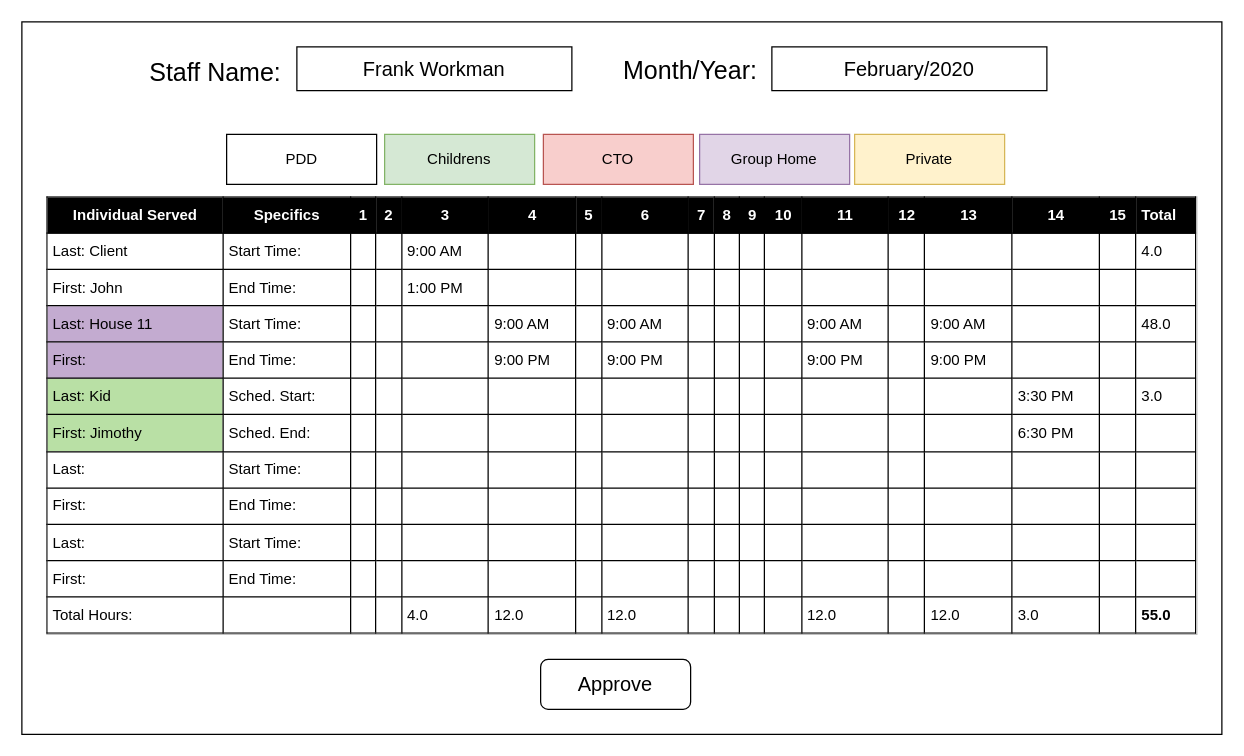
The draw.io diagram page "Coordinator Review" (3 of 3) of Diagrams/Outputs/Timesheet Mockup.drawio in Harlento/SchedulingSystem, before the edit. Source tidied: cells renumbered, new cells numbered last; positions are measured from the earlier drawing's top-left corner, leaving out a move shared by most shapes. Both pictures are drawn from the tidied source at 125%, with x=0, y=0 at pixel (21, 21).
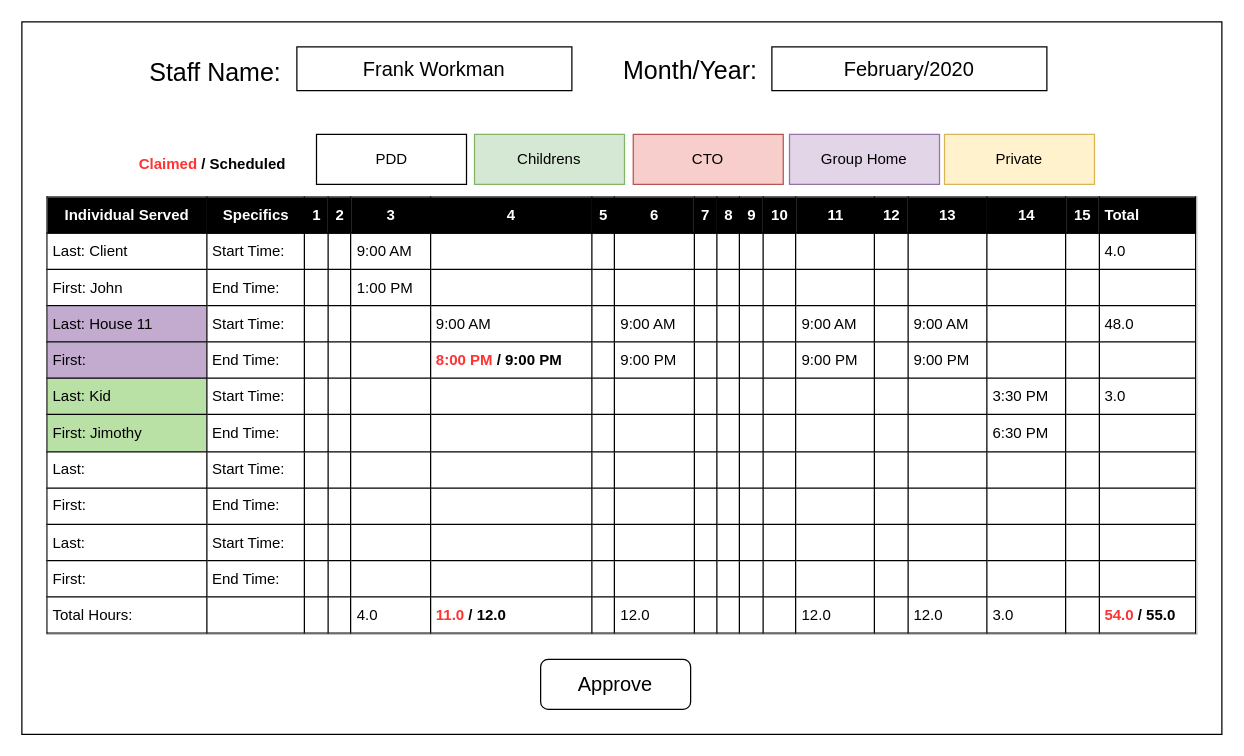
After the change.

What changed in the source:
```diff
@@
 <mxGraphModel>
   <root>
     <mxCell id="0" />
     <mxCell id="1" parent="0" />
     <mxCell id="2" style="rounded=0;whiteSpace=wrap;html=1;" parent="1" vertex="1">
       <mxGeometry width="960" height="570" as="geometry" />
     </mxCell>
     <mxCell id="3" value="&lt;font style=&quot;font-size: 20px&quot;&gt;Staff Name:&lt;/font&gt;" style="text;html=1;strokeColor=none;fillColor=none;align=center;verticalAlign=middle;whiteSpace=wrap;rounded=0;" parent="1" vertex="1">
       <mxGeometry x="100" y="25" width="110" height="30" as="geometry" />
     </mxCell>
     <mxCell id="4" value="&lt;font style=&quot;font-size: 16px&quot;&gt;Frank Workman&lt;/font&gt;" style="rounded=0;whiteSpace=wrap;html=1;" parent="1" vertex="1">
       <mxGeometry x="220" y="20" width="220" height="35" as="geometry" />
     </mxCell>
     <mxCell id="5" value="&lt;font style=&quot;font-size: 20px&quot;&gt;Month/Year:&lt;/font&gt;" style="text;html=1;strokeColor=none;fillColor=none;align=center;verticalAlign=middle;whiteSpace=wrap;rounded=0;" parent="1" vertex="1">
       <mxGeometry x="480" y="22.5" width="110" height="30" as="geometry" />
     </mxCell>
     <mxCell id="6" value="&lt;font style=&quot;font-size: 16px&quot;&gt;February/2020&lt;/font&gt;" style="rounded=0;whiteSpace=wrap;html=1;" parent="1" vertex="1">
       <mxGeometry x="600" y="20" width="220" height="35" as="geometry" />
     </mxCell>
     <mxCell id="7" value="&lt;font style=&quot;font-size: 16px&quot;&gt;Approve&lt;/font&gt;" style="rounded=1;whiteSpace=wrap;html=1;" parent="1" vertex="1">
       <mxGeometry x="415" y="510" width="120" height="40" as="geometry" />
     </mxCell>
-    <mxCell id="8" value="&lt;table border=&quot;1&quot; width=&quot;100%&quot; cellpadding=&quot;4&quot; style=&quot;width: 100% ; height: 100% ; border-collapse: collapse ; background-color: rgb(255 , 255 , 255) ; border: 1px solid rgb(0 , 0 , 0)&quot;&gt;&lt;tbody&gt;&lt;tr style=&quot;color: rgb(255 , 255 , 255)&quot;&gt;&lt;td style=&quot;text-align: center ; background-color: rgb(0 , 0 , 0)&quot;&gt;&lt;b&gt;Individual Served&lt;/b&gt;&lt;/td&gt;&lt;th style=&quot;text-align: center ; background-color: rgb(0 , 0 , 0)&quot;&gt;Specifics&lt;/th&gt;&lt;td style=&quot;text-align: center ; background-color: rgb(0 , 0 , 0)&quot;&gt;&lt;b&gt;1&lt;/b&gt;&lt;/td&gt;&lt;td style=&quot;text-align: center ; background-color: rgb(0 , 0 , 0)&quot;&gt;&lt;b&gt;2&lt;/b&gt;&lt;/td&gt;&lt;td style=&quot;text-align: center ; background-color: rgb(0 , 0 , 0)&quot;&gt;&lt;b&gt;3&lt;/b&gt;&lt;/td&gt;&lt;th style=&quot;text-align: center ; background-color: rgb(0 , 0 , 0)&quot;&gt;4&lt;/th&gt;&lt;th style=&quot;text-align: center ; background-color: rgb(0 , 0 , 0)&quot;&gt;5&lt;/th&gt;&lt;td style=&quot;text-align: center ; background-color: rgb(0 , 0 , 0)&quot;&gt;&lt;b&gt;6&lt;/b&gt;&lt;/td&gt;&lt;td style=&quot;text-align: center ; background-color: rgb(0 , 0 , 0)&quot;&gt;&lt;b&gt;7&lt;/b&gt;&lt;/td&gt;&lt;td style=&quot;text-align: center ; background-color: rgb(0 , 0 , 0)&quot;&gt;&lt;b&gt;8&lt;/b&gt;&lt;/td&gt;&lt;td style=&quot;text-align: center ; background-color: rgb(0 , 0 , 0)&quot;&gt;&lt;b&gt;9&lt;/b&gt;&lt;/td&gt;&lt;td style=&quot;text-align: center ; background-color: rgb(0 , 0 , 0)&quot;&gt;&lt;b&gt;10&lt;/b&gt;&lt;/td&gt;&lt;td style=&quot;text-align: center ; background-color: rgb(0 , 0 , 0)&quot;&gt;&lt;b&gt;11&lt;/b&gt;&lt;/td&gt;&lt;td style=&quot;text-align: center ; background-color: rgb(0 , 0 , 0)&quot;&gt;&lt;b&gt;12&lt;/b&gt;&lt;/td&gt;&lt;td style=&quot;text-align: center ; background-color: rgb(0 , 0 , 0)&quot;&gt;&lt;b&gt;13&lt;/b&gt;&lt;/td&gt;&lt;td style=&quot;text-align: center ; background-color: rgb(0 , 0 , 0)&quot;&gt;&lt;b&gt;14&lt;/b&gt;&lt;/td&gt;&lt;td style=&quot;text-align: center ; background-color: rgb(0 , 0 , 0)&quot;&gt;&lt;b&gt;15&lt;/b&gt;&lt;/td&gt;&lt;td style=&quot;background-color: rgb(0 , 0 , 0)&quot;&gt;&lt;b&gt;Total&lt;/b&gt;&lt;/td&gt;&lt;/tr&gt;&lt;tr&gt;&lt;td style=&quot;background-color: rgb(255 , 255 , 255)&quot;&gt;Last: Client&lt;/td&gt;&lt;td&gt;Start Time:&lt;/td&gt;&lt;td&gt;&lt;br&gt;&lt;/td&gt;&lt;td&gt;&lt;br&gt;&lt;/td&gt;&lt;td&gt;9:00 AM&lt;/td&gt;&lt;td&gt;&lt;/td&gt;&lt;td&gt;&lt;br&gt;&lt;/td&gt;&lt;td&gt;&lt;br&gt;&lt;/td&gt;&lt;td&gt;&lt;br&gt;&lt;/td&gt;&lt;td&gt;&lt;br&gt;&lt;/td&gt;&lt;td&gt;&lt;br&gt;&lt;/td&gt;&lt;td&gt;&lt;br&gt;&lt;/td&gt;&lt;td&gt;&lt;br&gt;&lt;/td&gt;&lt;td&gt;&lt;br&gt;&lt;/td&gt;&lt;td&gt;&lt;br&gt;&lt;/td&gt;&lt;td&gt;&lt;br&gt;&lt;/td&gt;&lt;td&gt;&lt;br&gt;&lt;/td&gt;&lt;td&gt;4.0&lt;/td&gt;&lt;/tr&gt;&lt;tr&gt;&lt;td&gt;First: John&lt;/td&gt;&lt;td&gt;End Time:&lt;/td&gt;&lt;td&gt;&lt;br&gt;&lt;/td&gt;&lt;td&gt;&lt;br&gt;&lt;/td&gt;&lt;td&gt;1:00 PM&lt;/td&gt;&lt;td&gt;&lt;/td&gt;&lt;td&gt;&lt;br&gt;&lt;/td&gt;&lt;td&gt;&lt;br&gt;&lt;/td&gt;&lt;td&gt;&lt;br&gt;&lt;/td&gt;&lt;td&gt;&lt;br&gt;&lt;/td&gt;&lt;td&gt;&lt;br&gt;&lt;/td&gt;&lt;td&gt;&lt;br&gt;&lt;/td&gt;&lt;td&gt;&lt;br&gt;&lt;/td&gt;&lt;td&gt;&lt;br&gt;&lt;/td&gt;&lt;td&gt;&lt;br&gt;&lt;/td&gt;&lt;td&gt;&lt;br&gt;&lt;/td&gt;&lt;td&gt;&lt;br&gt;&lt;/td&gt;&lt;td&gt;&lt;br&gt;&lt;/td&gt;&lt;/tr&gt;&lt;tr&gt;&lt;td style=&quot;background-color: rgb(195 , 171 , 208)&quot;&gt;Last: House 11&lt;/td&gt;&lt;td&gt;Start Time:&lt;/td&gt;&lt;td&gt;&lt;br&gt;&lt;/td&gt;&lt;td&gt;&lt;br&gt;&lt;/td&gt;&lt;td&gt;&lt;br&gt;&lt;/td&gt;&lt;td&gt;9:00 AM&lt;/td&gt;&lt;td&gt;&lt;br&gt;&lt;/td&gt;&lt;td&gt;9:00 AM&lt;/td&gt;&lt;td&gt;&lt;br&gt;&lt;/td&gt;&lt;td&gt;&lt;br&gt;&lt;/td&gt;&lt;td&gt;&lt;br&gt;&lt;/td&gt;&lt;td&gt;&lt;br&gt;&lt;/td&gt;&lt;td&gt;9:00 AM&lt;/td&gt;&lt;td&gt;&lt;br&gt;&lt;/td&gt;&lt;td&gt;9:00 AM&lt;/td&gt;&lt;td&gt;&lt;br&gt;&lt;/td&gt;&lt;td&gt;&lt;br&gt;&lt;/td&gt;&lt;td&gt;48.0&lt;/td&gt;&lt;/tr&gt;&lt;tr&gt;&lt;td style=&quot;background-color: rgb(195 , 171 , 208)&quot;&gt;First:&lt;/td&gt;&lt;td&gt;End Time:&lt;/td&gt;&lt;td&gt;&lt;br&gt;&lt;/td&gt;&lt;td&gt;&lt;br&gt;&lt;/td&gt;&lt;td&gt;&lt;br&gt;&lt;/td&gt;&lt;td&gt;9:00 PM&lt;/td&gt;&lt;td&gt;&lt;br&gt;&lt;/td&gt;&lt;td&gt;9:00 PM&lt;/td&gt;&lt;td&gt;&lt;br&gt;&lt;/td&gt;&lt;td&gt;&lt;br&gt;&lt;/td&gt;&lt;td&gt;&lt;br&gt;&lt;/td&gt;&lt;td&gt;&lt;br&gt;&lt;/td&gt;&lt;td&gt;9:00 PM&lt;/td&gt;&lt;td&gt;&lt;br&gt;&lt;/td&gt;&lt;td&gt;9:00 PM&lt;/td&gt;&lt;td&gt;&lt;br&gt;&lt;/td&gt;&lt;td&gt;&lt;br&gt;&lt;/td&gt;&lt;td&gt;&lt;br&gt;&lt;/td&gt;&lt;/tr&gt;&lt;tr&gt;&lt;td style=&quot;background-color: rgb(185 , 224 , 165)&quot;&gt;Last: Kid&lt;/td&gt;&lt;td&gt;Sched. Start:&lt;/td&gt;&lt;td&gt;&lt;br&gt;&lt;/td&gt;&lt;td&gt;&lt;br&gt;&lt;/td&gt;&lt;td&gt;&lt;br&gt;&lt;/td&gt;&lt;td&gt;&lt;br&gt;&lt;/td&gt;&lt;td&gt;&lt;br&gt;&lt;/td&gt;&lt;td&gt;&lt;br&gt;&lt;/td&gt;&lt;td&gt;&lt;br&gt;&lt;/td&gt;&lt;td&gt;&lt;br&gt;&lt;/td&gt;&lt;td&gt;&lt;br&gt;&lt;/td&gt;&lt;td&gt;&lt;br&gt;&lt;/td&gt;&lt;td&gt;&lt;br&gt;&lt;/td&gt;&lt;td&gt;&lt;br&gt;&lt;/td&gt;&lt;td&gt;&lt;br&gt;&lt;/td&gt;&lt;td&gt;3:30 PM&lt;/td&gt;&lt;td&gt;&lt;br&gt;&lt;/td&gt;&lt;td&gt;3.0&lt;/td&gt;&lt;/tr&gt;&lt;tr&gt;&lt;td style=&quot;background-color: rgb(185 , 224 , 165)&quot;&gt;First: Jimothy&lt;/td&gt;&lt;td&gt;Sched. End:&lt;/td&gt;&lt;td&gt;&lt;br&gt;&lt;/td&gt;&lt;td&gt;&lt;br&gt;&lt;/td&gt;&lt;td&gt;&lt;br&gt;&lt;/td&gt;&lt;td&gt;&lt;br&gt;&lt;/td&gt;&lt;td&gt;&lt;br&gt;&lt;/td&gt;&lt;td&gt;&lt;br&gt;&lt;/td&gt;&lt;td&gt;&lt;br&gt;&lt;/td&gt;&lt;td&gt;&lt;br&gt;&lt;/td&gt;&lt;td&gt;&lt;br&gt;&lt;/td&gt;&lt;td&gt;&lt;br&gt;&lt;/td&gt;&lt;td&gt;&lt;br&gt;&lt;/td&gt;&lt;td&gt;&lt;br&gt;&lt;/td&gt;&lt;td&gt;&lt;br&gt;&lt;/td&gt;&lt;td&gt;6:30 PM&lt;/td&gt;&lt;td&gt;&lt;br&gt;&lt;/td&gt;&lt;td&gt;&lt;br&gt;&lt;/td&gt;&lt;/tr&gt;&lt;tr&gt;&lt;td&gt;Last:&lt;/td&gt;&lt;td&gt;Start Time:&lt;/td&gt;&lt;td&gt;&lt;br&gt;&lt;/td&gt;&lt;td&gt;&lt;br&gt;&lt;/td&gt;&lt;td&gt;&lt;br&gt;&lt;/td&gt;&lt;td&gt;&lt;br&gt;&lt;/td&gt;&lt;td&gt;&lt;br&gt;&lt;/td&gt;&lt;td&gt;&lt;br&gt;&lt;/td&gt;&lt;td&gt;&lt;br&gt;&lt;/td&gt;&lt;td&gt;&lt;br&gt;&lt;/td&gt;&lt;td&gt;&lt;br&gt;&lt;/td&gt;&lt;td&gt;&lt;br&gt;&lt;/td&gt;&lt;td&gt;&lt;br&gt;&lt;/td&gt;&lt;td&gt;&lt;br&gt;&lt;/td&gt;&lt;td&gt;&lt;br&gt;&lt;/td&gt;&lt;td&gt;&lt;br&gt;&lt;/td&gt;&lt;td&gt;&lt;br&gt;&lt;/td&gt;&lt;td&gt;&lt;br&gt;&lt;/td&gt;&lt;/tr&gt;&lt;tr&gt;&lt;td&gt;First:&lt;/td&gt;&lt;td&gt;End Time:&lt;/td&gt;&lt;td&gt;&lt;br&gt;&lt;/td&gt;&lt;td&gt;&lt;br&gt;&lt;/td&gt;&lt;td&gt;&lt;br&gt;&lt;/td&gt;&lt;td&gt;&lt;br&gt;&lt;/td&gt;&lt;td&gt;&lt;br&gt;&lt;/td&gt;&lt;td&gt;&lt;br&gt;&lt;/td&gt;&lt;td&gt;&lt;br&gt;&lt;/td&gt;&lt;td&gt;&lt;br&gt;&lt;/td&gt;&lt;td&gt;&lt;br&gt;&lt;/td&gt;&lt;td&gt;&lt;br&gt;&lt;/td&gt;&lt;td&gt;&lt;br&gt;&lt;/td&gt;&lt;td&gt;&lt;br&gt;&lt;/td&gt;&lt;td&gt;&lt;br&gt;&lt;/td&gt;&lt;td&gt;&lt;br&gt;&lt;/td&gt;&lt;td&gt;&lt;br&gt;&lt;/td&gt;&lt;td&gt;&lt;br&gt;&lt;/td&gt;&lt;/tr&gt;&lt;tr&gt;&lt;td&gt;Last:&lt;/td&gt;&lt;td&gt;Start Time:&lt;/td&gt;&lt;td&gt;&lt;br&gt;&lt;/td&gt;&lt;td&gt;&lt;br&gt;&lt;/td&gt;&lt;td&gt;&lt;br&gt;&lt;/td&gt;&lt;td&gt;&lt;br&gt;&lt;/td&gt;&lt;td&gt;&lt;br&gt;&lt;/td&gt;&lt;td&gt;&lt;br&gt;&lt;/td&gt;&lt;td&gt;&lt;br&gt;&lt;/td&gt;&lt;td&gt;&lt;br&gt;&lt;/td&gt;&lt;td&gt;&lt;br&gt;&lt;/td&gt;&lt;td&gt;&lt;br&gt;&lt;/td&gt;&lt;td&gt;&lt;br&gt;&lt;/td&gt;&lt;td&gt;&lt;br&gt;&lt;/td&gt;&lt;td&gt;&lt;br&gt;&lt;/td&gt;&lt;td&gt;&lt;br&gt;&lt;/td&gt;&lt;td&gt;&lt;br&gt;&lt;/td&gt;&lt;td&gt;&lt;br&gt;&lt;/td&gt;&lt;/tr&gt;&lt;tr&gt;&lt;td&gt;First:&lt;/td&gt;&lt;td&gt;End Time:&lt;/td&gt;&lt;td&gt;&lt;br&gt;&lt;/td&gt;&lt;td&gt;&lt;br&gt;&lt;/td&gt;&lt;td&gt;&lt;br&gt;&lt;/td&gt;&lt;td&gt;&lt;br&gt;&lt;/td&gt;&lt;td&gt;&lt;br&gt;&lt;/td&gt;&lt;td&gt;&lt;br&gt;&lt;/td&gt;&lt;td&gt;&lt;br&gt;&lt;/td&gt;&lt;td&gt;&lt;br&gt;&lt;/td&gt;&lt;td&gt;&lt;br&gt;&lt;/td&gt;&lt;td&gt;&lt;br&gt;&lt;/td&gt;&lt;td&gt;&lt;br&gt;&lt;/td&gt;&lt;td&gt;&lt;br&gt;&lt;/td&gt;&lt;td&gt;&lt;br&gt;&lt;/td&gt;&lt;td&gt;&lt;br&gt;&lt;/td&gt;&lt;td&gt;&lt;br&gt;&lt;/td&gt;&lt;td&gt;&lt;br&gt;&lt;/td&gt;&lt;/tr&gt;&lt;tr&gt;&lt;td&gt;Total Hours:&lt;/td&gt;&lt;td&gt;&lt;br&gt;&lt;/td&gt;&lt;td&gt;&lt;br&gt;&lt;/td&gt;&lt;td&gt;&lt;br&gt;&lt;/td&gt;&lt;td&gt;4.0&lt;/td&gt;&lt;td&gt;12.0&lt;/td&gt;&lt;td&gt;&lt;br&gt;&lt;/td&gt;&lt;td&gt;12.0&lt;/td&gt;&lt;td&gt;&lt;br&gt;&lt;/td&gt;&lt;td&gt;&lt;br&gt;&lt;/td&gt;&lt;td&gt;&lt;br&gt;&lt;/td&gt;&lt;td&gt;&lt;br&gt;&lt;/td&gt;&lt;td&gt;12.0&lt;/td&gt;&lt;td&gt;&lt;br&gt;&lt;/td&gt;&lt;td&gt;12.0&lt;/td&gt;&lt;td&gt;3.0&lt;/td&gt;&lt;td&gt;&lt;br&gt;&lt;/td&gt;&lt;td&gt;&lt;b&gt;55.0&lt;/b&gt;&lt;/td&gt;&lt;/tr&gt;&lt;/tbody&gt;&lt;/table&gt;" style="text;html=1;strokeColor=#c0c0c0;fillColor=#ffffff;overflow=fill;rounded=0;" parent="1" vertex="1">
+    <mxCell id="8" value="&lt;table border=&quot;1&quot; width=&quot;100%&quot; cellpadding=&quot;4&quot; style=&quot;width: 100% ; height: 100% ; border-collapse: collapse ; background-color: rgb(255 , 255 , 255) ; border: 1px solid rgb(0 , 0 , 0)&quot;&gt;&lt;tbody&gt;&lt;tr style=&quot;color: rgb(255 , 255 , 255)&quot;&gt;&lt;td style=&quot;text-align: center ; background-color: rgb(0 , 0 , 0)&quot;&gt;&lt;b&gt;Individual Served&lt;/b&gt;&lt;/td&gt;&lt;th style=&quot;text-align: center ; background-color: rgb(0 , 0 , 0)&quot;&gt;Specifics&lt;/th&gt;&lt;td style=&quot;text-align: center ; background-color: rgb(0 , 0 , 0)&quot;&gt;&lt;b&gt;1&lt;/b&gt;&lt;/td&gt;&lt;td style=&quot;text-align: center ; background-color: rgb(0 , 0 , 0)&quot;&gt;&lt;b&gt;2&lt;/b&gt;&lt;/td&gt;&lt;td style=&quot;text-align: center ; background-color: rgb(0 , 0 , 0)&quot;&gt;&lt;b&gt;3&lt;/b&gt;&lt;/td&gt;&lt;th style=&quot;text-align: center ; background-color: rgb(0 , 0 , 0)&quot;&gt;4&lt;/th&gt;&lt;th style=&quot;text-align: center ; background-color: rgb(0 , 0 , 0)&quot;&gt;5&lt;/th&gt;&lt;td style=&quot;text-align: center ; background-color: rgb(0 , 0 , 0)&quot;&gt;&lt;b&gt;6&lt;/b&gt;&lt;/td&gt;&lt;td style=&quot;text-align: center ; background-color: rgb(0 , 0 , 0)&quot;&gt;&lt;b&gt;7&lt;/b&gt;&lt;/td&gt;&lt;td style=&quot;text-align: center ; background-color: rgb(0 , 0 , 0)&quot;&gt;&lt;b&gt;8&lt;/b&gt;&lt;/td&gt;&lt;td style=&quot;text-align: center ; background-color: rgb(0 , 0 , 0)&quot;&gt;&lt;b&gt;9&lt;/b&gt;&lt;/td&gt;&lt;td style=&quot;text-align: center ; background-color: rgb(0 , 0 , 0)&quot;&gt;&lt;b&gt;10&lt;/b&gt;&lt;/td&gt;&lt;td style=&quot;text-align: center ; background-color: rgb(0 , 0 , 0)&quot;&gt;&lt;b&gt;11&lt;/b&gt;&lt;/td&gt;&lt;td style=&quot;text-align: center ; background-color: rgb(0 , 0 , 0)&quot;&gt;&lt;b&gt;12&lt;/b&gt;&lt;/td&gt;&lt;td style=&quot;text-align: center ; background-color: rgb(0 , 0 , 0)&quot;&gt;&lt;b&gt;13&lt;/b&gt;&lt;/td&gt;&lt;td style=&quot;text-align: center ; background-color: rgb(0 , 0 , 0)&quot;&gt;&lt;b&gt;14&lt;/b&gt;&lt;/td&gt;&lt;td style=&quot;text-align: center ; background-color: rgb(0 , 0 , 0)&quot;&gt;&lt;b&gt;15&lt;/b&gt;&lt;/td&gt;&lt;td style=&quot;background-color: rgb(0 , 0 , 0)&quot;&gt;&lt;b&gt;Total&lt;/b&gt;&lt;/td&gt;&lt;/tr&gt;&lt;tr&gt;&lt;td style=&quot;background-color: rgb(255 , 255 , 255)&quot;&gt;Last: Client&lt;/td&gt;&lt;td&gt;Start Time:&lt;/td&gt;&lt;td&gt;&lt;br&gt;&lt;/td&gt;&lt;td&gt;&lt;br&gt;&lt;/td&gt;&lt;td&gt;9:00 AM&lt;/td&gt;&lt;td&gt;&lt;/td&gt;&lt;td&gt;&lt;br&gt;&lt;/td&gt;&lt;td&gt;&lt;br&gt;&lt;/td&gt;&lt;td&gt;&lt;br&gt;&lt;/td&gt;&lt;td&gt;&lt;br&gt;&lt;/td&gt;&lt;td&gt;&lt;br&gt;&lt;/td&gt;&lt;td&gt;&lt;br&gt;&lt;/td&gt;&lt;td&gt;&lt;br&gt;&lt;/td&gt;&lt;td&gt;&lt;br&gt;&lt;/td&gt;&lt;td&gt;&lt;br&gt;&lt;/td&gt;&lt;td&gt;&lt;br&gt;&lt;/td&gt;&lt;td&gt;&lt;br&gt;&lt;/td&gt;&lt;td&gt;4.0&lt;/td&gt;&lt;/tr&gt;&lt;tr&gt;&lt;td&gt;First: John&lt;/td&gt;&lt;td&gt;End Time:&lt;/td&gt;&lt;td&gt;&lt;br&gt;&lt;/td&gt;&lt;td&gt;&lt;br&gt;&lt;/td&gt;&lt;td&gt;1:00 PM&lt;/td&gt;&lt;td&gt;&lt;/td&gt;&lt;td&gt;&lt;br&gt;&lt;/td&gt;&lt;td&gt;&lt;br&gt;&lt;/td&gt;&lt;td&gt;&lt;br&gt;&lt;/td&gt;&lt;td&gt;&lt;br&gt;&lt;/td&gt;&lt;td&gt;&lt;br&gt;&lt;/td&gt;&lt;td&gt;&lt;br&gt;&lt;/td&gt;&lt;td&gt;&lt;br&gt;&lt;/td&gt;&lt;td&gt;&lt;br&gt;&lt;/td&gt;&lt;td&gt;&lt;br&gt;&lt;/td&gt;&lt;td&gt;&lt;br&gt;&lt;/td&gt;&lt;td&gt;&lt;br&gt;&lt;/td&gt;&lt;td&gt;&lt;br&gt;&lt;/td&gt;&lt;/tr&gt;&lt;tr&gt;&lt;td style=&quot;background-color: rgb(195 , 171 , 208)&quot;&gt;Last: House 11&lt;/td&gt;&lt;td&gt;Start Time:&lt;/td&gt;&lt;td&gt;&lt;br&gt;&lt;/td&gt;&lt;td&gt;&lt;br&gt;&lt;/td&gt;&lt;td&gt;&lt;br&gt;&lt;/td&gt;&lt;td style=&quot;background-color: rgb(255 , 255 , 255)&quot;&gt;9:00 AM&lt;/td&gt;&lt;td&gt;&lt;br&gt;&lt;/td&gt;&lt;td&gt;9:00 AM&lt;/td&gt;&lt;td&gt;&lt;br&gt;&lt;/td&gt;&lt;td&gt;&lt;br&gt;&lt;/td&gt;&lt;td&gt;&lt;br&gt;&lt;/td&gt;&lt;td&gt;&lt;br&gt;&lt;/td&gt;&lt;td&gt;9:00 AM&lt;/td&gt;&lt;td&gt;&lt;br&gt;&lt;/td&gt;&lt;td&gt;9:00 AM&lt;/td&gt;&lt;td&gt;&lt;br&gt;&lt;/td&gt;&lt;td&gt;&lt;br&gt;&lt;/td&gt;&lt;td&gt;48.0&lt;/td&gt;&lt;/tr&gt;&lt;tr&gt;&lt;td style=&quot;background-color: rgb(195 , 171 , 208)&quot;&gt;First:&lt;/td&gt;&lt;td&gt;End Time:&lt;/td&gt;&lt;td&gt;&lt;br&gt;&lt;/td&gt;&lt;td&gt;&lt;br&gt;&lt;/td&gt;&lt;td&gt;&lt;br&gt;&lt;/td&gt;&lt;td style=&quot;background-color: rgb(255 , 255 , 255)&quot;&gt;&lt;b&gt;&lt;font color=&quot;#ff3333&quot;&gt;8:00 PM&amp;nbsp;&lt;/font&gt;/ 9:00 PM&lt;/b&gt;&lt;/td&gt;&lt;td&gt;&lt;br&gt;&lt;/td&gt;&lt;td&gt;9:00 PM&lt;/td&gt;&lt;td&gt;&lt;br&gt;&lt;/td&gt;&lt;td&gt;&lt;br&gt;&lt;/td&gt;&lt;td&gt;&lt;br&gt;&lt;/td&gt;&lt;td&gt;&lt;br&gt;&lt;/td&gt;&lt;td&gt;9:00 PM&lt;/td&gt;&lt;td&gt;&lt;br&gt;&lt;/td&gt;&lt;td&gt;9:00 PM&lt;/td&gt;&lt;td&gt;&lt;br&gt;&lt;/td&gt;&lt;td&gt;&lt;br&gt;&lt;/td&gt;&lt;td&gt;&lt;br&gt;&lt;/td&gt;&lt;/tr&gt;&lt;tr&gt;&lt;td style=&quot;background-color: rgb(185 , 224 , 165)&quot;&gt;Last: Kid&lt;/td&gt;&lt;td&gt;Start Time:&lt;/td&gt;&lt;td&gt;&lt;br&gt;&lt;/td&gt;&lt;td&gt;&lt;br&gt;&lt;/td&gt;&lt;td&gt;&lt;br&gt;&lt;/td&gt;&lt;td&gt;&lt;br&gt;&lt;/td&gt;&lt;td&gt;&lt;br&gt;&lt;/td&gt;&lt;td&gt;&lt;br&gt;&lt;/td&gt;&lt;td&gt;&lt;br&gt;&lt;/td&gt;&lt;td&gt;&lt;br&gt;&lt;/td&gt;&lt;td&gt;&lt;br&gt;&lt;/td&gt;&lt;td&gt;&lt;br&gt;&lt;/td&gt;&lt;td&gt;&lt;br&gt;&lt;/td&gt;&lt;td&gt;&lt;br&gt;&lt;/td&gt;&lt;td&gt;&lt;br&gt;&lt;/td&gt;&lt;td&gt;3:30 PM&lt;/td&gt;&lt;td&gt;&lt;br&gt;&lt;/td&gt;&lt;td&gt;3.0&lt;/td&gt;&lt;/tr&gt;&lt;tr&gt;&lt;td style=&quot;background-color: rgb(185 , 224 , 165)&quot;&gt;First: Jimothy&lt;/td&gt;&lt;td&gt;End Time:&lt;/td&gt;&lt;td&gt;&lt;br&gt;&lt;/td&gt;&lt;td&gt;&lt;br&gt;&lt;/td&gt;&lt;td&gt;&lt;br&gt;&lt;/td&gt;&lt;td&gt;&lt;br&gt;&lt;/td&gt;&lt;td&gt;&lt;br&gt;&lt;/td&gt;&lt;td&gt;&lt;br&gt;&lt;/td&gt;&lt;td&gt;&lt;br&gt;&lt;/td&gt;&lt;td&gt;&lt;br&gt;&lt;/td&gt;&lt;td&gt;&lt;br&gt;&lt;/td&gt;&lt;td&gt;&lt;br&gt;&lt;/td&gt;&lt;td&gt;&lt;br&gt;&lt;/td&gt;&lt;td&gt;&lt;br&gt;&lt;/td&gt;&lt;td&gt;&lt;br&gt;&lt;/td&gt;&lt;td&gt;6:30 PM&lt;/td&gt;&lt;td&gt;&lt;br&gt;&lt;/td&gt;&lt;td&gt;&lt;br&gt;&lt;/td&gt;&lt;/tr&gt;&lt;tr&gt;&lt;td&gt;Last:&lt;/td&gt;&lt;td&gt;Start Time:&lt;/td&gt;&lt;td&gt;&lt;br&gt;&lt;/td&gt;&lt;td&gt;&lt;br&gt;&lt;/td&gt;&lt;td&gt;&lt;br&gt;&lt;/td&gt;&lt;td&gt;&lt;br&gt;&lt;/td&gt;&lt;td&gt;&lt;br&gt;&lt;/td&gt;&lt;td&gt;&lt;br&gt;&lt;/td&gt;&lt;td&gt;&lt;br&gt;&lt;/td&gt;&lt;td&gt;&lt;br&gt;&lt;/td&gt;&lt;td&gt;&lt;br&gt;&lt;/td&gt;&lt;td&gt;&lt;br&gt;&lt;/td&gt;&lt;td&gt;&lt;br&gt;&lt;/td&gt;&lt;td&gt;&lt;br&gt;&lt;/td&gt;&lt;td&gt;&lt;br&gt;&lt;/td&gt;&lt;td&gt;&lt;br&gt;&lt;/td&gt;&lt;td&gt;&lt;br&gt;&lt;/td&gt;&lt;td&gt;&lt;br&gt;&lt;/td&gt;&lt;/tr&gt;&lt;tr&gt;&lt;td&gt;First:&lt;/td&gt;&lt;td&gt;End Time:&lt;/td&gt;&lt;td&gt;&lt;br&gt;&lt;/td&gt;&lt;td&gt;&lt;br&gt;&lt;/td&gt;&lt;td&gt;&lt;br&gt;&lt;/td&gt;&lt;td&gt;&lt;br&gt;&lt;/td&gt;&lt;td&gt;&lt;br&gt;&lt;/td&gt;&lt;td&gt;&lt;br&gt;&lt;/td&gt;&lt;td&gt;&lt;br&gt;&lt;/td&gt;&lt;td&gt;&lt;br&gt;&lt;/td&gt;&lt;td&gt;&lt;br&gt;&lt;/td&gt;&lt;td&gt;&lt;br&gt;&lt;/td&gt;&lt;td&gt;&lt;br&gt;&lt;/td&gt;&lt;td&gt;&lt;br&gt;&lt;/td&gt;&lt;td&gt;&lt;br&gt;&lt;/td&gt;&lt;td&gt;&lt;br&gt;&lt;/td&gt;&lt;td&gt;&lt;br&gt;&lt;/td&gt;&lt;td&gt;&lt;br&gt;&lt;/td&gt;&lt;/tr&gt;&lt;tr&gt;&lt;td&gt;Last:&lt;/td&gt;&lt;td&gt;Start Time:&lt;/td&gt;&lt;td&gt;&lt;br&gt;&lt;/td&gt;&lt;td&gt;&lt;br&gt;&lt;/td&gt;&lt;td&gt;&lt;br&gt;&lt;/td&gt;&lt;td&gt;&lt;br&gt;&lt;/td&gt;&lt;td&gt;&lt;br&gt;&lt;/td&gt;&lt;td&gt;&lt;br&gt;&lt;/td&gt;&lt;td&gt;&lt;br&gt;&lt;/td&gt;&lt;td&gt;&lt;br&gt;&lt;/td&gt;&lt;td&gt;&lt;br&gt;&lt;/td&gt;&lt;td&gt;&lt;br&gt;&lt;/td&gt;&lt;td&gt;&lt;br&gt;&lt;/td&gt;&lt;td&gt;&lt;br&gt;&lt;/td&gt;&lt;td&gt;&lt;br&gt;&lt;/td&gt;&lt;td&gt;&lt;br&gt;&lt;/td&gt;&lt;td&gt;&lt;br&gt;&lt;/td&gt;&lt;td&gt;&lt;br&gt;&lt;/td&gt;&lt;/tr&gt;&lt;tr&gt;&lt;td&gt;First:&lt;/td&gt;&lt;td&gt;End Time:&lt;/td&gt;&lt;td&gt;&lt;br&gt;&lt;/td&gt;&lt;td&gt;&lt;br&gt;&lt;/td&gt;&lt;td&gt;&lt;br&gt;&lt;/td&gt;&lt;td&gt;&lt;br&gt;&lt;/td&gt;&lt;td&gt;&lt;br&gt;&lt;/td&gt;&lt;td&gt;&lt;br&gt;&lt;/td&gt;&lt;td&gt;&lt;br&gt;&lt;/td&gt;&lt;td&gt;&lt;br&gt;&lt;/td&gt;&lt;td&gt;&lt;br&gt;&lt;/td&gt;&lt;td&gt;&lt;br&gt;&lt;/td&gt;&lt;td&gt;&lt;br&gt;&lt;/td&gt;&lt;td&gt;&lt;br&gt;&lt;/td&gt;&lt;td&gt;&lt;br&gt;&lt;/td&gt;&lt;td&gt;&lt;br&gt;&lt;/td&gt;&lt;td&gt;&lt;br&gt;&lt;/td&gt;&lt;td&gt;&lt;br&gt;&lt;/td&gt;&lt;/tr&gt;&lt;tr&gt;&lt;td&gt;Total Hours:&lt;/td&gt;&lt;td&gt;&lt;br&gt;&lt;/td&gt;&lt;td&gt;&lt;br&gt;&lt;/td&gt;&lt;td&gt;&lt;br&gt;&lt;/td&gt;&lt;td&gt;4.0&lt;/td&gt;&lt;td&gt;&lt;b&gt;&lt;font color=&quot;#ff3333&quot;&gt;11.0 &lt;/font&gt;/ 12.0&lt;/b&gt;&lt;/td&gt;&lt;td&gt;&lt;br&gt;&lt;/td&gt;&lt;td&gt;12.0&lt;/td&gt;&lt;td&gt;&lt;br&gt;&lt;/td&gt;&lt;td&gt;&lt;br&gt;&lt;/td&gt;&lt;td&gt;&lt;br&gt;&lt;/td&gt;&lt;td&gt;&lt;br&gt;&lt;/td&gt;&lt;td&gt;12.0&lt;/td&gt;&lt;td&gt;&lt;br&gt;&lt;/td&gt;&lt;td&gt;12.0&lt;/td&gt;&lt;td&gt;3.0&lt;/td&gt;&lt;td&gt;&lt;br&gt;&lt;/td&gt;&lt;td&gt;&lt;b&gt;&lt;font color=&quot;#ff3333&quot;&gt;54.0&amp;nbsp;&lt;/font&gt;/ 55.0&lt;/b&gt;&lt;/td&gt;&lt;/tr&gt;&lt;/tbody&gt;&lt;/table&gt;" style="text;html=1;strokeColor=#c0c0c0;fillColor=#ffffff;overflow=fill;rounded=0;" parent="1" vertex="1">
       <mxGeometry x="20" y="140" width="920" height="350" as="geometry" />
     </mxCell>
     <mxCell id="9" value="PDD" style="rounded=0;whiteSpace=wrap;html=1;" parent="1" vertex="1">
-      <mxGeometry x="163.8" y="90" width="120" height="40" as="geometry" />
+      <mxGeometry x="235.7" y="90" width="120" height="40" as="geometry" />
     </mxCell>
     <mxCell id="10" value="Childrens" style="rounded=0;whiteSpace=wrap;html=1;fillColor=#d5e8d4;strokeColor=#82b366;" parent="1" vertex="1">
-      <mxGeometry x="290.2" y="90" width="120" height="40" as="geometry" />
+      <mxGeometry x="362.1" y="90" width="120" height="40" as="geometry" />
     </mxCell>
     <mxCell id="11" value="CTO" style="rounded=0;whiteSpace=wrap;html=1;fillColor=#f8cecc;strokeColor=#b85450;" parent="1" vertex="1">
-      <mxGeometry x="417.2" y="90" width="120" height="40" as="geometry" />
+      <mxGeometry x="489.1" y="90" width="120" height="40" as="geometry" />
     </mxCell>
     <mxCell id="12" value="Group Home" style="rounded=0;whiteSpace=wrap;html=1;fillColor=#e1d5e7;strokeColor=#9673a6;" parent="1" vertex="1">
-      <mxGeometry x="542.2" y="90" width="120" height="40" as="geometry" />
+      <mxGeometry x="614.1" y="90" width="120" height="40" as="geometry" />
     </mxCell>
     <mxCell id="13" value="Private" style="rounded=0;whiteSpace=wrap;html=1;fillColor=#fff2cc;strokeColor=#d6b656;" parent="1" vertex="1">
-      <mxGeometry x="666.2" y="90" width="120" height="40" as="geometry" />
+      <mxGeometry x="738.1" y="90" width="120" height="40" as="geometry" />
     </mxCell>
+    <mxCell id="14" value="&lt;b&gt;&lt;font color=&quot;#ff3333&quot;&gt;Claimed &lt;/font&gt;/ Scheduled&lt;/b&gt;" style="text;html=1;" parent="1" vertex="1">
+      <mxGeometry x="91.9" y="100" width="160" height="30" as="geometry" />
+    </mxCell>
   </root>
 </mxGraphModel>
```
